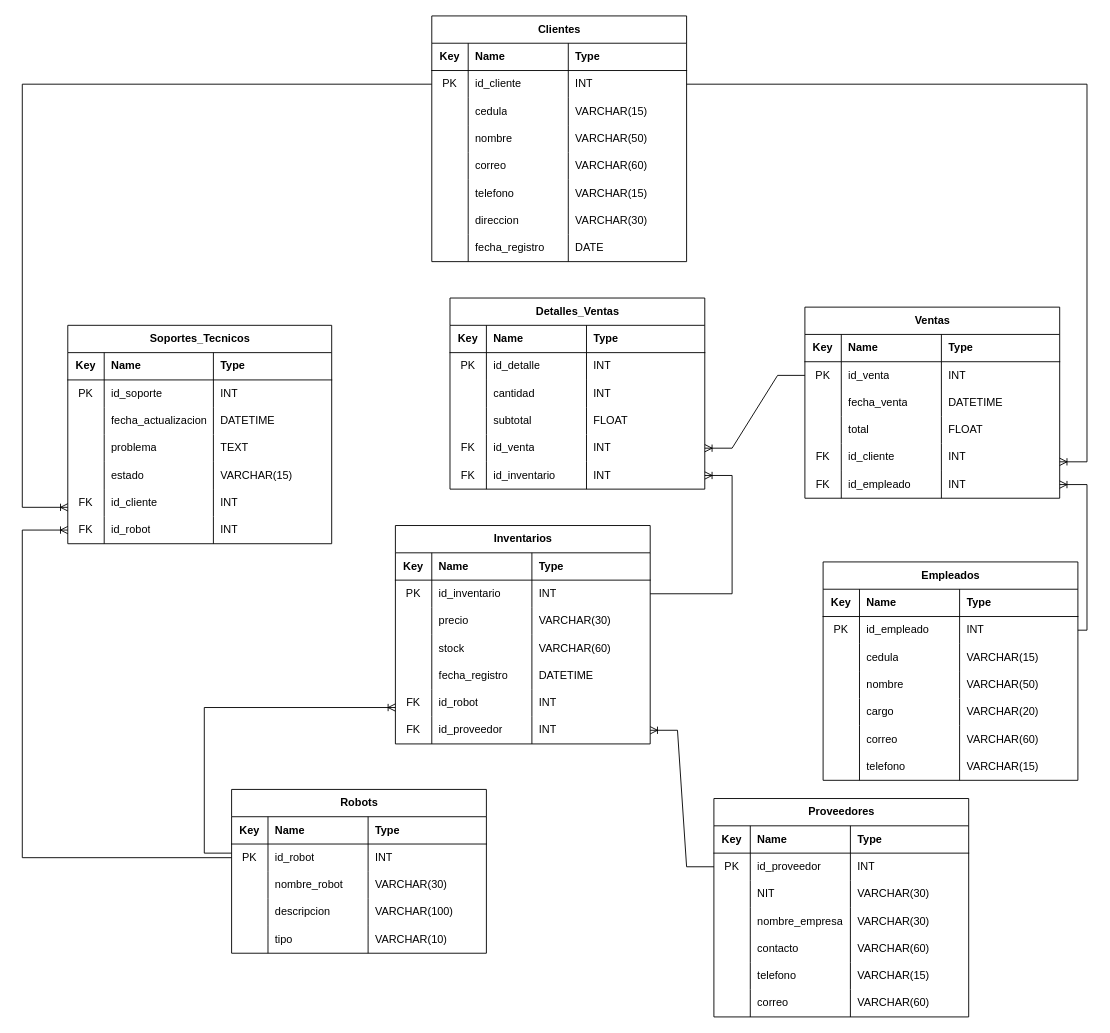
Above: Docs/Entidad-Relacion.drawio in ochuxx/unicafam-robots-store (draw.io), before the change. Source tidied: cells renumbered, new cells numbered last; positions are measured from the earlier drawing's top-left corner, leaving out a move shared by most shapes. Both pictures are drawn from the tidied source at 91%, with x=0, y=0 at pixel (22, 15).
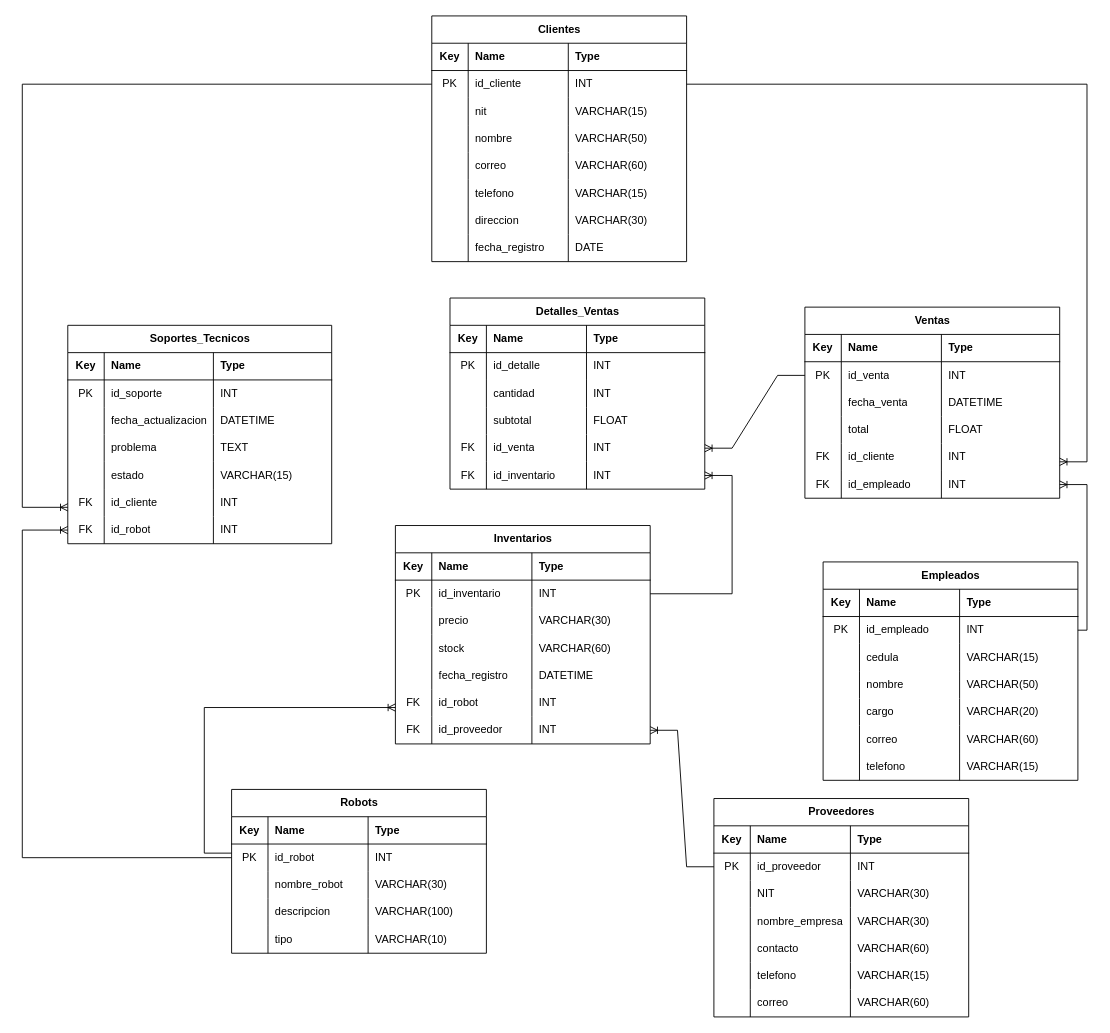
After the change.

Unchanged cells that the change refers to:
```xml
<mxCell id="11" style="shape=tableRow;horizontal=0;startSize=0;swimlaneHead=0;swimlaneBody=0;fillColor=none;top=0;left=0;right=0;bottom=0;" parent="2" vertex="1">
  <mxGeometry y="90" width="280" height="30" as="geometry" />
</mxCell>
```

What changed in the source:
```diff
@@
-    <mxCell id="13" value="cedula" style="shape=partialRectangle;fillColor=none;top=0;left=0;bottom=0;right=0;align=left;spacingLeft=6;overflow=hidden;whiteSpace=wrap;html=1;" parent="11" vertex="1">
+    <mxCell id="13" value="nit" style="shape=partialRectangle;fillColor=none;top=0;left=0;bottom=0;right=0;align=left;spacingLeft=6;overflow=hidden;whiteSpace=wrap;html=1;" parent="11" vertex="1">
       <mxGeometry x="40" width="110" height="30" as="geometry" />
     </mxCell>
```
